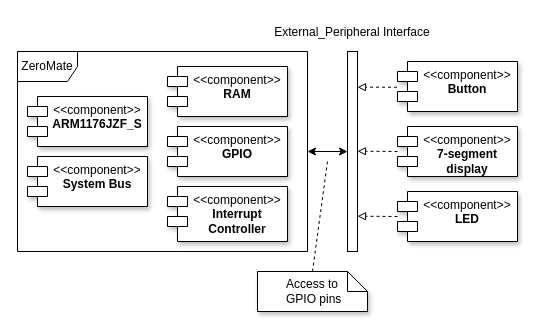
Above: docs/diagrams/peripherals/peripherals.drawio in silhavyj/ZeroMate (draw.io), before the change. Source tidied: cells renumbered, new cells numbered last; positions are measured from the earlier drawing's top-left corner, leaving out a move shared by most shapes. Both pictures are drawn from the tidied source at 100%, with x=0, y=0 at pixel (17, 17).
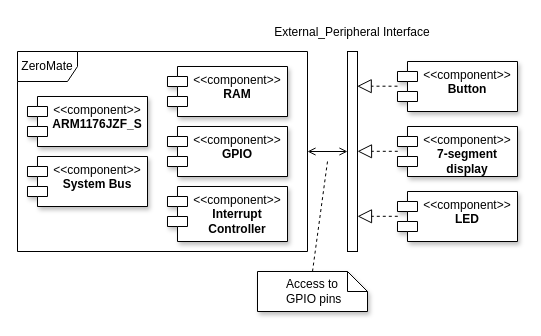
The same page after the edit.

The change refers to these unchanged cells:
```xml
<mxCell id="7" style="html=1;points=[];perimeter=orthogonalPerimeter;outlineConnect=0;targetShapes=umlLifeline;portConstraint=eastwest;newEdgeStyle={&quot;edgeStyle&quot;:&quot;elbowEdgeStyle&quot;,&quot;elbow&quot;:&quot;vertical&quot;,&quot;curved&quot;:0,&quot;rounded&quot;:0};" parent="1" vertex="1">
  <mxGeometry x="330" y="34" width="10" height="200" as="geometry" />
</mxCell>
<mxCell id="10" value="&amp;lt;&amp;lt;component&amp;gt;&amp;gt;&lt;br&gt;&lt;b&gt;Button&lt;/b&gt;" style="shape=module;align=left;spacingLeft=20;align=center;verticalAlign=top;whiteSpace=wrap;html=1;fontFamily=Computer Modern;shadow=1;" parent="1" vertex="1">
  <mxGeometry x="380" y="44" width="120" height="50" as="geometry" />
</mxCell>
```

Change to the diagram source:
```diff
@@
-    <mxCell id="8" style="endArrow=classic;startArrow=classic;html=1;rounded=0;" parent="1" edge="1" target="7">
+    <mxCell id="8" style="endArrow=open;startArrow=open;html=1;rounded=0;startFill=0;endFill=0;" parent="1" edge="1" target="7">
       <mxGeometry relative="1" as="geometry">
         <mxPoint x="290" y="134" as="sourcePoint" />
       </mxGeometry>
     </mxCell>
@@
-    <mxCell id="13" style="endArrow=block;html=1;rounded=0;exitX=-0.004;exitY=0.514;exitDx=0;exitDy=0;exitPerimeter=0;endFill=0;dashed=1;" parent="1" edge="1" source="10" target="7">
-      <mxGeometry relative="1" as="geometry" />
-    </mxCell>
-    <mxCell id="14" style="endArrow=block;html=1;rounded=0;endFill=0;dashed=1;" parent="1" edge="1">
-      <mxGeometry relative="1" as="geometry">
-        <mxPoint x="380" y="134" as="sourcePoint" />
-        <mxPoint x="340" y="133.7" as="targetPoint" />
-      </mxGeometry>
-    </mxCell>
-    <mxCell id="15" style="endArrow=block;html=1;rounded=0;endFill=0;dashed=1;" parent="1" edge="1">
-      <mxGeometry relative="1" as="geometry">
-        <mxPoint x="380" y="199" as="sourcePoint" />
-        <mxPoint x="340" y="198.7" as="targetPoint" />
-      </mxGeometry>
-    </mxCell>
@@
+    <mxCell id="19" style="endArrow=block;dashed=1;endFill=0;endSize=12;html=1;rounded=0;" parent="1" edge="1">
+      <mxGeometry relative="1" as="geometry">
+        <mxPoint x="380" y="68.7" as="sourcePoint" />
+        <mxPoint x="339.7" y="68.7" as="targetPoint" />
+      </mxGeometry>
+    </mxCell>
+    <mxCell id="20" style="endArrow=block;dashed=1;endFill=0;endSize=12;html=1;rounded=0;" parent="1" edge="1">
+      <mxGeometry relative="1" as="geometry">
+        <mxPoint x="380.3" y="133.8" as="sourcePoint" />
+        <mxPoint x="340" y="133.8" as="targetPoint" />
+      </mxGeometry>
+    </mxCell>
+    <mxCell id="21" style="endArrow=block;dashed=1;endFill=0;endSize=12;html=1;rounded=0;" parent="1" edge="1">
+      <mxGeometry relative="1" as="geometry">
+        <mxPoint x="380.3" y="198.8" as="sourcePoint" />
+        <mxPoint x="340" y="198.8" as="targetPoint" />
+      </mxGeometry>
+    </mxCell>
```
